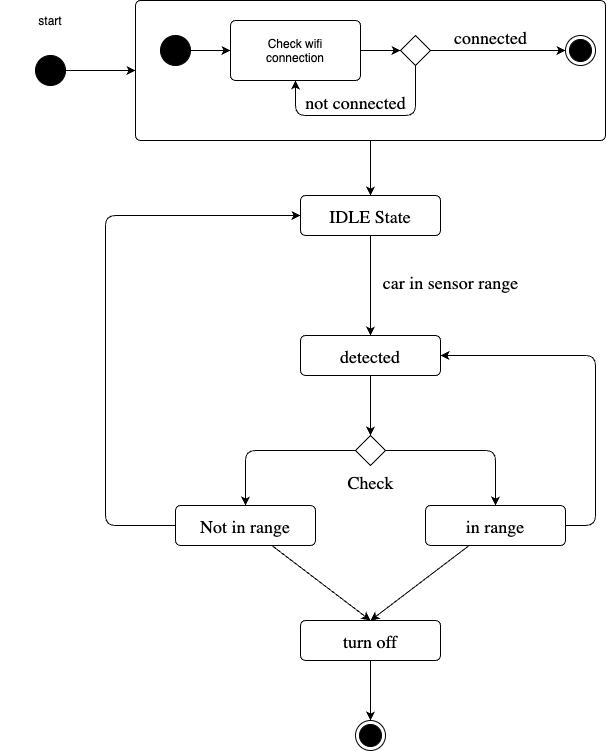
The draw.io diagram src/algorithm.drawio.png in tems2548/circuit_project_1, before a commit. Source tidied: cells renumbered, new cells last; positions are measured from the earlier drawing's top-left corner, leaving out a move shared by most shapes.
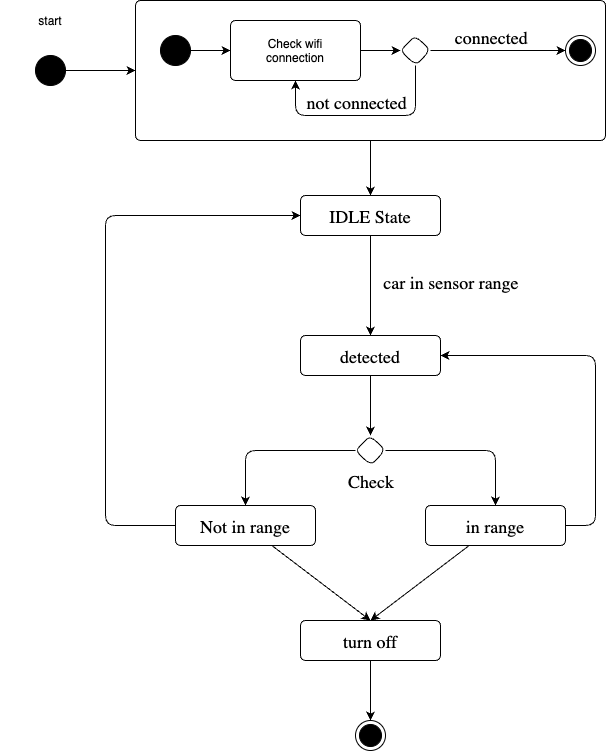
Later version of the same file.

Change to the diagram source:
```diff
@@ -1,35 +1,35 @@
-<mxGraphModel background="#FFFFFF" shadow="1">
+<mxGraphModel background="#ffffff" shadow="1">
   <root>
     <mxCell id="0" />
     <mxCell id="1" parent="0" />
-    <mxCell id="2" style="edgeStyle=none;exitX=1;exitY=0.5;exitDx=0;exitDy=0;entryX=0;entryY=0.5;entryDx=0;entryDy=0;verticalAlign=middle;labelBorderColor=none;" parent="1" edge="1" source="3" target="5">
+    <mxCell id="2" style="edgeStyle=none;exitX=1;exitY=0.5;exitDx=0;exitDy=0;entryX=0;entryY=0.5;entryDx=0;entryDy=0;verticalAlign=middle;labelBorderColor=none;rounded=1;" parent="1" edge="1" source="3" target="5">
       <mxGeometry relative="1" as="geometry" />
     </mxCell>
-    <mxCell id="3" style="ellipse;fillColor=strokeColor;verticalAlign=middle;labelBorderColor=none;" parent="1" vertex="1">
+    <mxCell id="3" style="ellipse;fillColor=strokeColor;verticalAlign=middle;labelBorderColor=none;rounded=1;" parent="1" vertex="1">
       <mxGeometry x="35" y="55" width="30" height="30" as="geometry" />
     </mxCell>
-    <mxCell id="4" style="edgeStyle=none;entryX=0.5;entryY=0;entryDx=0;entryDy=0;fontFamily=Lucida Console;fontSize=18;labelBackgroundColor=none;fontColor=default;verticalAlign=middle;labelBorderColor=none;" parent="1" edge="1" source="5" target="19">
+    <mxCell id="4" style="edgeStyle=none;entryX=0.5;entryY=0;entryDx=0;entryDy=0;fontFamily=Lucida Console;fontSize=18;labelBackgroundColor=none;fontColor=default;verticalAlign=middle;labelBorderColor=none;rounded=1;" parent="1" edge="1" source="5" target="19">
       <mxGeometry relative="1" as="geometry" />
     </mxCell>
     <mxCell id="5" style="align=center;verticalAlign=middle;rounded=1;absoluteArcSize=1;arcSize=10;dashed=0;shadow=0;labelBackgroundColor=none;fontColor=default;labelBorderColor=none;" parent="1" vertex="1">
       <mxGeometry x="135" width="470" height="140" as="geometry" />
     </mxCell>
-    <mxCell id="6" value="start" style="text;align=center;verticalAlign=middle;strokeColor=none;fillColor=none;labelBorderColor=none;" parent="1" vertex="1">
+    <mxCell id="6" value="start" style="text;align=center;verticalAlign=middle;strokeColor=none;fillColor=none;labelBorderColor=none;rounded=1;" parent="1" vertex="1">
       <mxGeometry width="100" height="40" as="geometry" />
     </mxCell>
-    <mxCell id="7" style="edgeStyle=none;entryX=0;entryY=0.5;entryDx=0;entryDy=0;fontFamily=Lucida Console;fontSize=24;labelBackgroundColor=none;fontColor=default;verticalAlign=middle;labelBorderColor=none;" parent="1" edge="1" source="8" target="10">
+    <mxCell id="7" style="edgeStyle=none;entryX=0;entryY=0.5;entryDx=0;entryDy=0;fontFamily=Lucida Console;fontSize=24;labelBackgroundColor=none;fontColor=default;verticalAlign=middle;labelBorderColor=none;rounded=1;" parent="1" edge="1" source="8" target="10">
       <mxGeometry relative="1" as="geometry" />
     </mxCell>
-    <mxCell id="8" style="ellipse;fillColor=strokeColor;shadow=0;fontFamily=Lucida Console;fontSize=24;labelBackgroundColor=none;fontColor=default;verticalAlign=middle;labelBorderColor=none;" parent="1" vertex="1">
+    <mxCell id="8" style="ellipse;fillColor=strokeColor;shadow=0;fontFamily=Lucida Console;fontSize=24;labelBackgroundColor=none;fontColor=default;verticalAlign=middle;labelBorderColor=none;rounded=1;" parent="1" vertex="1">
       <mxGeometry x="160" y="35" width="30" height="30" as="geometry" />
     </mxCell>
-    <mxCell id="9" style="edgeStyle=none;entryX=0;entryY=0.5;entryDx=0;entryDy=0;fontFamily=Lucida Console;fontSize=18;labelBackgroundColor=none;fontColor=default;verticalAlign=middle;labelBorderColor=none;" parent="1" edge="1" source="10" target="15">
+    <mxCell id="9" style="edgeStyle=none;entryX=0;entryY=0.5;entryDx=0;entryDy=0;fontFamily=Lucida Console;fontSize=18;labelBackgroundColor=none;fontColor=default;verticalAlign=middle;labelBorderColor=none;rounded=1;" parent="1" edge="1" source="10" target="15">
       <mxGeometry relative="1" as="geometry" />
     </mxCell>
     <mxCell id="10" value="Check wifi&#10;connection" style="align=center;verticalAlign=middle;rounded=1;absoluteArcSize=1;arcSize=10;dashed=0;shadow=0;labelBackgroundColor=none;fontColor=default;labelBorderColor=none;" parent="1" vertex="1">
       <mxGeometry x="230" y="20" width="130" height="60" as="geometry" />
     </mxCell>
-    <mxCell id="11" style="edgeStyle=none;entryX=0.5;entryY=1;entryDx=0;entryDy=0;fontFamily=Lucida Console;fontSize=18;labelBackgroundColor=none;fontColor=default;verticalAlign=middle;labelBorderColor=none;" parent="1" edge="1" source="15" target="10">
+    <mxCell id="11" style="edgeStyle=none;entryX=0.5;entryY=1;entryDx=0;entryDy=0;fontFamily=Lucida Console;fontSize=18;labelBackgroundColor=none;fontColor=default;verticalAlign=middle;labelBorderColor=none;rounded=1;" parent="1" edge="1" source="15" target="10">
       <mxGeometry relative="1" as="geometry">
         <Array as="points">
           <mxPoint x="415" y="115" />
@@ -37,29 +37,29 @@
         </Array>
       </mxGeometry>
     </mxCell>
-    <mxCell id="12" value="not connected" style="edgeLabel;align=center;verticalAlign=middle;fontSize=18;fontFamily=Lucida Console;labelBackgroundColor=none;fontColor=default;labelBorderColor=none;" parent="11" vertex="1">
+    <mxCell id="12" value="not connected" style="edgeLabel;align=center;verticalAlign=middle;fontSize=18;fontFamily=Lucida Console;labelBackgroundColor=none;fontColor=default;labelBorderColor=none;rounded=1;" parent="11" vertex="1">
       <mxGeometry x="0.25" y="1" relative="1" as="geometry">
         <mxPoint x="18" y="-16" as="offset" />
       </mxGeometry>
     </mxCell>
-    <mxCell id="13" style="edgeStyle=none;fontFamily=Lucida Console;fontSize=18;labelBackgroundColor=none;fontColor=default;verticalAlign=middle;labelBorderColor=none;" parent="1" edge="1" source="15" target="16">
+    <mxCell id="13" style="edgeStyle=none;fontFamily=Lucida Console;fontSize=18;labelBackgroundColor=none;fontColor=default;verticalAlign=middle;labelBorderColor=none;rounded=1;" parent="1" edge="1" source="15" target="16">
       <mxGeometry relative="1" as="geometry" />
     </mxCell>
-    <mxCell id="14" value="connected" style="edgeLabel;align=center;verticalAlign=middle;fontSize=18;fontFamily=Lucida Console;labelBackgroundColor=none;fontColor=default;labelBorderColor=none;" parent="13" vertex="1">
+    <mxCell id="14" value="connected" style="edgeLabel;align=center;verticalAlign=middle;fontSize=18;fontFamily=Lucida Console;labelBackgroundColor=none;fontColor=default;labelBorderColor=none;rounded=1;" parent="13" vertex="1">
       <mxGeometry x="-0.17" y="-1" relative="1" as="geometry">
         <mxPoint x="4" y="-16" as="offset" />
       </mxGeometry>
     </mxCell>
-    <mxCell id="15" style="rhombus;shadow=0;fontFamily=Lucida Console;fontSize=18;labelBackgroundColor=none;fontColor=default;verticalAlign=middle;labelBorderColor=none;" parent="1" vertex="1">
+    <mxCell id="15" style="rhombus;shadow=0;fontFamily=Lucida Console;fontSize=18;labelBackgroundColor=none;fontColor=default;verticalAlign=middle;labelBorderColor=none;rounded=1;" parent="1" vertex="1">
       <mxGeometry x="400" y="35" width="30" height="30" as="geometry" />
     </mxCell>
-    <mxCell id="16" style="ellipse;shape=endState;fillColor=strokeColor;shadow=0;fontFamily=Lucida Console;fontSize=18;labelBackgroundColor=none;fontColor=default;verticalAlign=middle;labelBorderColor=none;" parent="1" vertex="1">
+    <mxCell id="16" style="ellipse;shape=endState;fillColor=strokeColor;shadow=0;fontFamily=Lucida Console;fontSize=18;labelBackgroundColor=none;fontColor=default;verticalAlign=middle;labelBorderColor=none;rounded=1;" parent="1" vertex="1">
       <mxGeometry x="565" y="35" width="30" height="30" as="geometry" />
     </mxCell>
-    <mxCell id="17" style="edgeStyle=none;entryX=0.5;entryY=0;entryDx=0;entryDy=0;fontFamily=Lucida Console;fontSize=18;labelBackgroundColor=none;fontColor=default;verticalAlign=middle;labelBorderColor=none;" parent="1" edge="1" source="19" target="22">
+    <mxCell id="17" style="edgeStyle=none;entryX=0.5;entryY=0;entryDx=0;entryDy=0;fontFamily=Lucida Console;fontSize=18;labelBackgroundColor=none;fontColor=default;verticalAlign=middle;labelBorderColor=none;rounded=1;" parent="1" edge="1" source="19" target="22">
       <mxGeometry relative="1" as="geometry" />
     </mxCell>
-    <mxCell id="18" value="car in sensor range" style="edgeLabel;align=center;verticalAlign=middle;fontSize=18;fontFamily=Lucida Console;labelBackgroundColor=none;fontColor=default;labelBorderColor=none;" parent="17" vertex="1">
+    <mxCell id="18" value="car in sensor range" style="edgeLabel;align=center;verticalAlign=middle;fontSize=18;fontFamily=Lucida Console;labelBackgroundColor=none;fontColor=default;labelBorderColor=none;rounded=1;" parent="17" vertex="1">
       <mxGeometry x="0.34" relative="1" as="geometry">
         <mxPoint x="80" y="-22" as="offset" />
       </mxGeometry>
@@ -67,10 +67,10 @@
     <mxCell id="19" value="IDLE State" style="align=center;verticalAlign=middle;rounded=1;absoluteArcSize=1;arcSize=10;dashed=0;shadow=0;fontFamily=Lucida Console;fontSize=18;labelBackgroundColor=none;fontColor=default;labelBorderColor=none;" parent="1" vertex="1">
       <mxGeometry x="300" y="195" width="140" height="40" as="geometry" />
     </mxCell>
-    <mxCell id="20" style="edgeStyle=none;entryX=0.5;entryY=0;entryDx=0;entryDy=0;fontFamily=Lucida Console;fontSize=18;labelBackgroundColor=none;fontColor=default;verticalAlign=middle;labelBorderColor=none;" parent="1" edge="1" source="22" target="25">
+    <mxCell id="20" style="edgeStyle=none;entryX=0.5;entryY=0;entryDx=0;entryDy=0;fontFamily=Lucida Console;fontSize=18;labelBackgroundColor=none;fontColor=default;verticalAlign=middle;labelBorderColor=none;rounded=1;" parent="1" edge="1" source="22" target="25">
       <mxGeometry relative="1" as="geometry" />
     </mxCell>
-    <mxCell id="21" value="Check" style="edgeLabel;align=center;verticalAlign=middle;fontSize=18;fontFamily=Lucida Console;labelBackgroundColor=none;fontColor=default;labelBorderColor=none;" parent="20" vertex="1">
+    <mxCell id="21" value="Check" style="edgeLabel;align=center;verticalAlign=middle;fontSize=18;fontFamily=Lucida Console;labelBackgroundColor=none;fontColor=default;labelBorderColor=none;rounded=1;" parent="20" vertex="1">
       <mxGeometry x="-0.67" y="1" relative="1" as="geometry">
         <mxPoint x="-1" y="95" as="offset" />
       </mxGeometry>
@@ -78,24 +78,24 @@
     <mxCell id="22" value="detected" style="align=center;verticalAlign=middle;rounded=1;absoluteArcSize=1;arcSize=10;dashed=0;shadow=0;fontFamily=Lucida Console;fontSize=18;labelBackgroundColor=none;fontColor=default;labelBorderColor=none;" parent="1" vertex="1">
       <mxGeometry x="300" y="335" width="140" height="40" as="geometry" />
     </mxCell>
-    <mxCell id="23" style="edgeStyle=none;entryX=0.5;entryY=0;entryDx=0;entryDy=0;fontFamily=Lucida Console;fontSize=18;labelBackgroundColor=none;fontColor=default;verticalAlign=middle;labelBorderColor=none;" parent="1" edge="1" source="25" target="31">
+    <mxCell id="23" style="edgeStyle=none;entryX=0.5;entryY=0;entryDx=0;entryDy=0;fontFamily=Lucida Console;fontSize=18;labelBackgroundColor=none;fontColor=default;verticalAlign=middle;labelBorderColor=none;rounded=1;" parent="1" edge="1" source="25" target="31">
       <mxGeometry relative="1" as="geometry">
         <Array as="points">
           <mxPoint x="245" y="450" />
         </Array>
       </mxGeometry>
     </mxCell>
-    <mxCell id="24" style="edgeStyle=none;fontFamily=Lucida Console;fontSize=18;entryX=0.5;entryY=0;entryDx=0;entryDy=0;labelBackgroundColor=none;fontColor=default;verticalAlign=middle;labelBorderColor=none;" parent="1" edge="1" source="25" target="28">
+    <mxCell id="24" style="edgeStyle=none;fontFamily=Lucida Console;fontSize=18;entryX=0.5;entryY=0;entryDx=0;entryDy=0;labelBackgroundColor=none;fontColor=default;verticalAlign=middle;labelBorderColor=none;rounded=1;" parent="1" edge="1" source="25" target="28">
       <mxGeometry relative="1" as="geometry">
         <Array as="points">
           <mxPoint x="495" y="450" />
         </Array>
       </mxGeometry>
     </mxCell>
-    <mxCell id="25" style="rhombus;shadow=0;fontFamily=Lucida Console;fontSize=18;labelBackgroundColor=none;fontColor=default;verticalAlign=middle;labelBorderColor=none;" parent="1" vertex="1">
+    <mxCell id="25" style="rhombus;shadow=0;fontFamily=Lucida Console;fontSize=18;labelBackgroundColor=none;fontColor=default;verticalAlign=middle;labelBorderColor=none;rounded=1;" parent="1" vertex="1">
       <mxGeometry x="355" y="435" width="30" height="30" as="geometry" />
     </mxCell>
-    <mxCell id="26" style="edgeStyle=none;entryX=1;entryY=0.5;entryDx=0;entryDy=0;fontFamily=Lucida Console;fontSize=18;labelBackgroundColor=none;fontColor=default;verticalAlign=middle;labelBorderColor=none;" parent="1" edge="1" source="28" target="22">
+    <mxCell id="26" style="edgeStyle=none;entryX=1;entryY=0.5;entryDx=0;entryDy=0;fontFamily=Lucida Console;fontSize=18;labelBackgroundColor=none;fontColor=default;verticalAlign=middle;labelBorderColor=none;rounded=1;" parent="1" edge="1" source="28" target="22">
       <mxGeometry relative="1" as="geometry">
         <Array as="points">
           <mxPoint x="595" y="525" />
@@ -103,13 +103,13 @@
         </Array>
       </mxGeometry>
     </mxCell>
-    <mxCell id="27" style="edgeStyle=none;entryX=0.5;entryY=0;entryDx=0;entryDy=0;fontFamily=Lucida Console;fontSize=18;labelBackgroundColor=none;fontColor=default;verticalAlign=middle;labelBorderColor=none;" parent="1" edge="1" source="28" target="33">
+    <mxCell id="27" style="edgeStyle=none;entryX=0.5;entryY=0;entryDx=0;entryDy=0;fontFamily=Lucida Console;fontSize=18;labelBackgroundColor=none;fontColor=default;verticalAlign=middle;labelBorderColor=none;rounded=1;" parent="1" edge="1" source="28" target="33">
       <mxGeometry relative="1" as="geometry" />
     </mxCell>
     <mxCell id="28" value="in range" style="align=center;verticalAlign=middle;rounded=1;absoluteArcSize=1;arcSize=10;dashed=0;shadow=0;fontFamily=Lucida Console;fontSize=18;labelBackgroundColor=none;fontColor=default;labelBorderColor=none;" parent="1" vertex="1">
       <mxGeometry x="425" y="505" width="140" height="40" as="geometry" />
     </mxCell>
-    <mxCell id="29" style="edgeStyle=none;entryX=0;entryY=0.5;entryDx=0;entryDy=0;fontFamily=Lucida Console;fontSize=18;verticalAlign=middle;labelBorderColor=none;" parent="1" edge="1" source="31" target="19">
+    <mxCell id="29" style="edgeStyle=none;entryX=0;entryY=0.5;entryDx=0;entryDy=0;fontFamily=Lucida Console;fontSize=18;verticalAlign=middle;labelBorderColor=none;rounded=1;" parent="1" edge="1" source="31" target="19">
       <mxGeometry relative="1" as="geometry">
         <Array as="points">
           <mxPoint x="105" y="525" />
@@ -117,19 +117,19 @@
         </Array>
       </mxGeometry>
     </mxCell>
-    <mxCell id="30" style="edgeStyle=none;entryX=0.5;entryY=0;entryDx=0;entryDy=0;fontFamily=Lucida Console;fontSize=18;labelBackgroundColor=none;fontColor=default;verticalAlign=middle;labelBorderColor=none;" parent="1" edge="1" source="31" target="33">
+    <mxCell id="30" style="edgeStyle=none;entryX=0.5;entryY=0;entryDx=0;entryDy=0;fontFamily=Lucida Console;fontSize=18;labelBackgroundColor=none;fontColor=default;verticalAlign=middle;labelBorderColor=none;rounded=1;" parent="1" edge="1" source="31" target="33">
       <mxGeometry relative="1" as="geometry" />
     </mxCell>
     <mxCell id="31" value="Not in range" style="align=center;verticalAlign=middle;rounded=1;absoluteArcSize=1;arcSize=10;dashed=0;shadow=0;fontFamily=Lucida Console;fontSize=18;labelBackgroundColor=none;fontColor=default;labelBorderColor=none;" parent="1" vertex="1">
       <mxGeometry x="175" y="505" width="140" height="40" as="geometry" />
     </mxCell>
-    <mxCell id="32" style="edgeStyle=none;entryX=0.5;entryY=0;entryDx=0;entryDy=0;fontFamily=Lucida Console;fontSize=18;labelBackgroundColor=none;fontColor=default;verticalAlign=middle;labelBorderColor=none;" parent="1" edge="1" source="33" target="34">
+    <mxCell id="32" style="edgeStyle=none;entryX=0.5;entryY=0;entryDx=0;entryDy=0;fontFamily=Lucida Console;fontSize=18;labelBackgroundColor=none;fontColor=default;verticalAlign=middle;labelBorderColor=none;rounded=1;" parent="1" edge="1" source="33" target="34">
       <mxGeometry relative="1" as="geometry" />
     </mxCell>
     <mxCell id="33" value="turn off" style="align=center;verticalAlign=middle;rounded=1;absoluteArcSize=1;arcSize=10;dashed=0;shadow=0;fontFamily=Lucida Console;fontSize=18;labelBackgroundColor=none;fontColor=default;labelBorderColor=none;" parent="1" vertex="1">
       <mxGeometry x="300" y="620" width="140" height="40" as="geometry" />
     </mxCell>
-    <mxCell id="34" style="ellipse;shape=endState;fillColor=strokeColor;shadow=0;fontFamily=Lucida Console;fontSize=18;verticalAlign=middle;labelBorderColor=none;" parent="1" vertex="1">
+    <mxCell id="34" style="ellipse;shape=endState;fillColor=strokeColor;shadow=0;fontFamily=Lucida Console;fontSize=18;verticalAlign=middle;labelBorderColor=none;rounded=1;" parent="1" vertex="1">
       <mxGeometry x="355" y="720" width="30" height="30" as="geometry" />
     </mxCell>
   </root>
```
